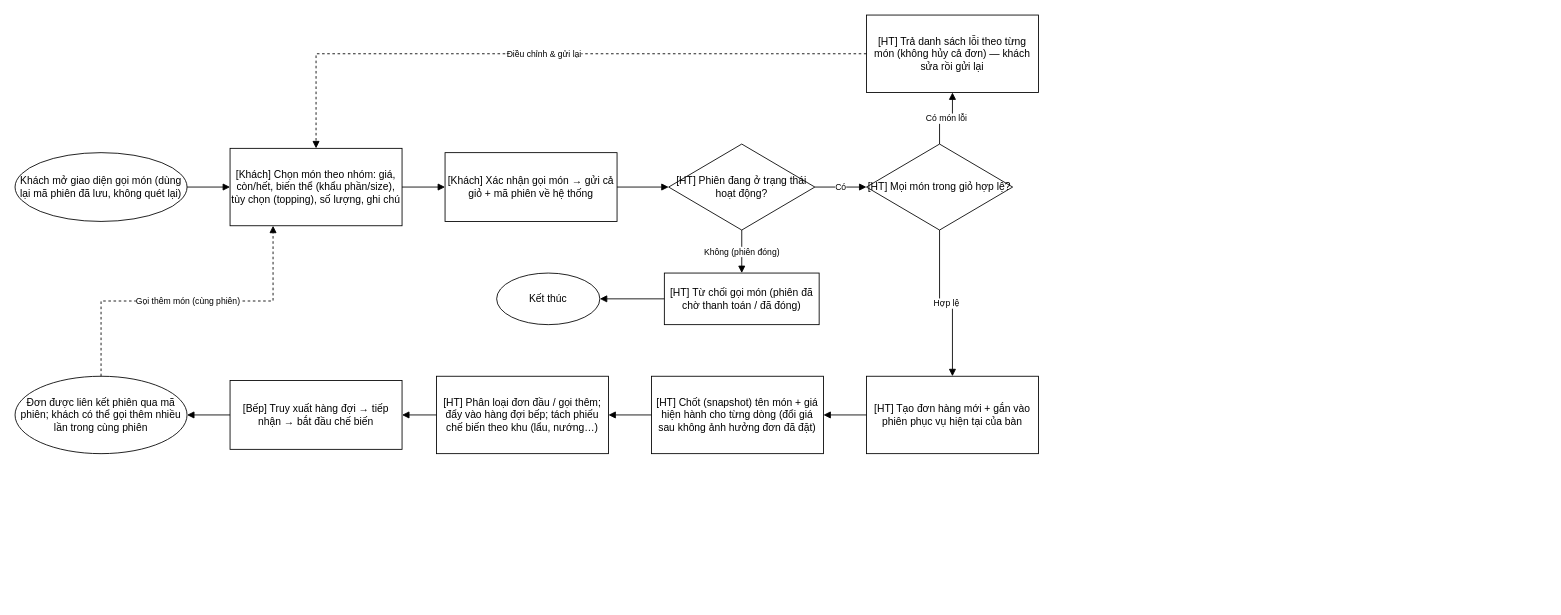
Earlier version of the draw.io diagram docs/business-process-goi-mon-tai-ban.drawio (thanhhoa3514/restaurant-management). Source tidied: cells renumbered, new cells numbered last; positions are measured from the earlier drawing's top-left corner, leaving out a move shared by most shapes. Both pictures are drawn from the tidied source at 86%, with x=0, y=0 at pixel (15, 15).
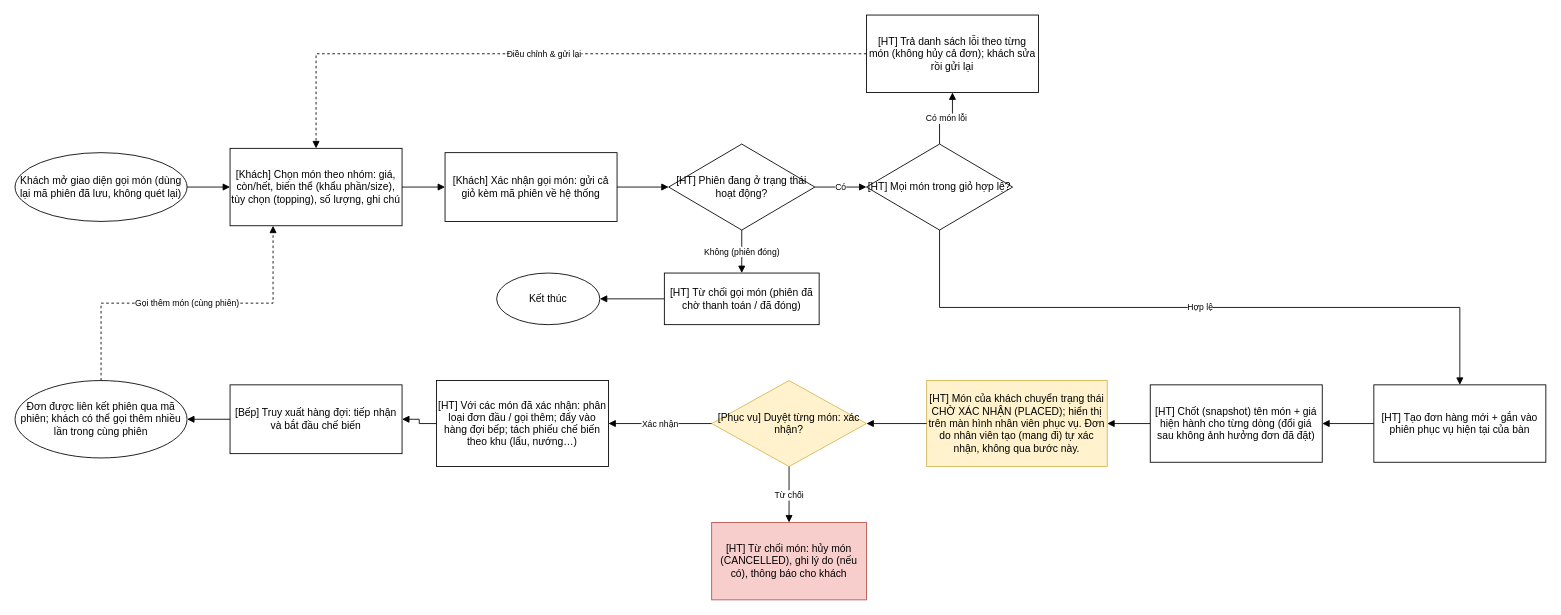
The same page after the edit.

What changed in the source:
```diff
@@
-    <mxCell id="4" value="[Khách] Xác nhận gọi món → gửi cả giỏ + mã phiên về hệ thống" style="rounded=0;whiteSpace=wrap;html=1;fillColor=#ffffff;strokeColor=#000000;" parent="1" vertex="1">
+    <mxCell id="4" value="[Khách] Xác nhận gọi món: gửi cả giỏ kèm mã phiên về hệ thống" style="rounded=0;whiteSpace=wrap;html=1;fillColor=#ffffff;strokeColor=#000000;" parent="1" vertex="1">
       <mxGeometry x="500" y="160" width="200" height="80" as="geometry" />
     </mxCell>
@@
-    <mxCell id="7" value="[HT] Trả danh sách lỗi theo từng món (không hủy cả đơn) — khách sửa rồi gửi lại" style="rounded=0;whiteSpace=wrap;html=1;fillColor=#ffffff;strokeColor=#000000;" parent="1" vertex="1">
+    <mxCell id="7" value="[HT] Trả danh sách lỗi theo từng món (không hủy cả đơn); khách sửa rồi gửi lại" style="rounded=0;whiteSpace=wrap;html=1;fillColor=#ffffff;strokeColor=#000000;" parent="1" vertex="1">
       <mxGeometry x="990" width="200" height="90" as="geometry" />
     </mxCell>
@@
     <mxCell id="10" value="[HT] Tạo đơn hàng mới + gắn vào phiên phục vụ hiện tại của bàn" style="rounded=0;whiteSpace=wrap;html=1;fillColor=#ffffff;strokeColor=#000000;" parent="1" vertex="1">
-      <mxGeometry x="990" y="420" width="200" height="90" as="geometry" />
+      <mxGeometry x="1580" y="430" width="200" height="90" as="geometry" />
     </mxCell>
     <mxCell id="11" value="[HT] Chốt (snapshot) tên món + giá hiện hành cho từng dòng (đổi giá sau không ảnh hưởng đơn đã đặt)" style="rounded=0;whiteSpace=wrap;html=1;fillColor=#ffffff;strokeColor=#000000;" parent="1" vertex="1">
-      <mxGeometry x="740" y="420" width="200" height="90" as="geometry" />
+      <mxGeometry x="1320" y="430" width="200" height="90" as="geometry" />
     </mxCell>
+    <mxCell id="29" value="[HT] Món của khách chuyển trạng thái CHỜ XÁC NHẬN (PLACED); hiển thị trên màn hình nhân viên phục vụ. Đơn do nhân viên tạo (mang đi) tự xác nhận, không qua bước này." style="rounded=0;whiteSpace=wrap;html=1;fillColor=#fff2cc;strokeColor=#d6b656;" parent="1" vertex="1">
+      <mxGeometry x="1060" y="425" width="210" height="100" as="geometry" />
+    </mxCell>
+    <mxCell id="30" value="[Phục vụ] Duyệt từng món: xác nhận?" style="rhombus;whiteSpace=wrap;html=1;fillColor=#fff2cc;strokeColor=#d6b656;" parent="1" vertex="1">
+      <mxGeometry x="810" y="425" width="180" height="100" as="geometry" />
+    </mxCell>
+    <mxCell id="31" value="[HT] Từ chối món: hủy món (CANCELLED), ghi lý do (nếu có), thông báo cho khách" style="rounded=0;whiteSpace=wrap;html=1;fillColor=#f8cecc;strokeColor=#b85450;" parent="1" vertex="1">
+      <mxGeometry x="810" y="590" width="180" height="90" as="geometry" />
+    </mxCell>
-    <mxCell id="12" value="[HT] Phân loại đơn đầu / gọi thêm; đẩy vào hàng đợi bếp; tách phiếu chế biến theo khu (lẩu, nướng…)" style="rounded=0;whiteSpace=wrap;html=1;fillColor=#ffffff;strokeColor=#000000;" parent="1" vertex="1">
-      <mxGeometry x="490" y="420" width="200" height="90" as="geometry" />
+    <mxCell id="12" value="[HT] Với các món đã xác nhận: phân loại đơn đầu / gọi thêm; đẩy vào hàng đợi bếp; tách phiếu chế biến theo khu (lẩu, nướng…)" style="rounded=0;whiteSpace=wrap;html=1;fillColor=#ffffff;strokeColor=#000000;" parent="1" vertex="1">
+      <mxGeometry x="490" y="425" width="200" height="100" as="geometry" />
     </mxCell>
-    <mxCell id="13" value="[Bếp] Truy xuất hàng đợi → tiếp nhận → bắt đầu chế biến" style="rounded=0;whiteSpace=wrap;html=1;fillColor=#ffffff;strokeColor=#000000;" parent="1" vertex="1">
-      <mxGeometry x="250" y="425" width="200" height="80" as="geometry" />
+    <mxCell id="13" value="[Bếp] Truy xuất hàng đợi: tiếp nhận và bắt đầu chế biến" style="rounded=0;whiteSpace=wrap;html=1;fillColor=#ffffff;strokeColor=#000000;" parent="1" vertex="1">
+      <mxGeometry x="250" y="430" width="200" height="80" as="geometry" />
     </mxCell>
     <mxCell id="14" value="Đơn được liên kết phiên qua mã phiên; khách có thể gọi thêm nhiều lần trong cùng phiên" style="ellipse;whiteSpace=wrap;html=1;fillColor=#ffffff;strokeColor=#000000;" parent="1" vertex="1">
-      <mxGeometry y="420" width="200" height="90" as="geometry" />
+      <mxGeometry y="425" width="200" height="90" as="geometry" />
     </mxCell>
@@
-    <mxCell id="25" style="edgeStyle=orthogonalEdgeStyle;rounded=0;html=1;endArrow=block;" parent="1" edge="1" source="11" target="12">
-      <mxGeometry relative="1" as="geometry" />
-    </mxCell>
+    <mxCell id="32" style="edgeStyle=orthogonalEdgeStyle;rounded=0;html=1;endArrow=block;" parent="1" edge="1" source="11" target="29">
+      <mxGeometry relative="1" as="geometry" />
+    </mxCell>
+    <mxCell id="33" style="edgeStyle=orthogonalEdgeStyle;rounded=0;html=1;endArrow=block;" parent="1" edge="1" source="29" target="30">
+      <mxGeometry relative="1" as="geometry" />
+    </mxCell>
+    <mxCell id="34" value="Từ chối" style="edgeStyle=orthogonalEdgeStyle;rounded=0;html=1;endArrow=block;fontSize=10;exitX=0.5;exitY=1;exitDx=0;exitDy=0;" parent="1" edge="1" source="30" target="31">
+      <mxGeometry relative="1" as="geometry" />
+    </mxCell>
+    <mxCell id="35" value="Xác nhận" style="edgeStyle=orthogonalEdgeStyle;rounded=0;html=1;endArrow=block;fontSize=10;" parent="1" edge="1" source="30" target="12">
+      <mxGeometry relative="1" as="geometry" />
+    </mxCell>
```
